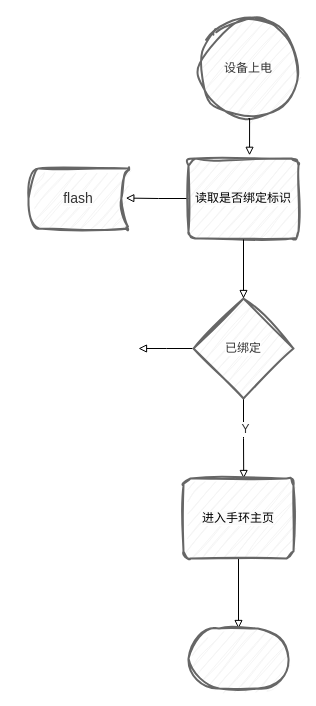
nayouzhenai/java_web keeps this draw.io diagram as 流程图-手环.drawio. Above is the earlier version. Source tidied: cells renumbered, new cells numbered last; positions are measured from the earlier drawing's top-left corner, leaving out a move shared by most shapes. Both pictures are drawn from the tidied source at 100%, with x=0, y=0 at pixel (28, 18).
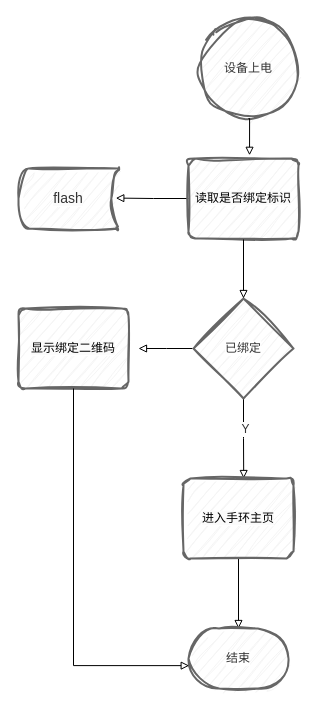
Above is the later version.

Commit message (it also covers changes not shown here):
更新流程图-手环.drawio

The edit, as a diff of the source:
```diff
@@
 <mxGraphModel>
   <root>
     <mxCell id="0" />
     <mxCell id="1" parent="0" />
     <mxCell id="2" value="设备上电" style="strokeWidth=2;html=1;shape=mxgraph.flowchart.start_2;whiteSpace=wrap;rounded=1;shadow=0;glass=0;sketch=1;jiggle=2;curveFitting=1;strokeColor=#666666;align=center;verticalAlign=middle;fontFamily=Helvetica;fontSize=12;fontColor=#333333;fillColor=#f5f5f5;" parent="1" vertex="1">
       <mxGeometry x="170" width="100" height="100" as="geometry" />
     </mxCell>
     <mxCell id="3" style="edgeStyle=orthogonalEdgeStyle;rounded=0;jettySize=auto;html=1;exitX=0.5;exitY=1;exitDx=0;exitDy=0;exitPerimeter=0;entryX=0.555;entryY=-0.04;entryDx=0;entryDy=0;entryPerimeter=0;fontFamily=Helvetica;fontSize=12;fontColor=#333333;targetPerimeterSpacing=1;sourcePerimeterSpacing=1;endArrow=block;endFill=0;" parent="1" edge="1" source="2" target="6">
       <mxGeometry relative="1" as="geometry" />
     </mxCell>
     <mxCell id="4" style="edgeStyle=orthogonalEdgeStyle;rounded=0;jettySize=auto;html=1;entryX=0.973;entryY=0.493;entryDx=0;entryDy=0;entryPerimeter=0;fontFamily=Helvetica;fontSize=12;fontColor=#333333;exitX=0;exitY=0.5;exitDx=0;exitDy=0;endArrow=block;endFill=0;" parent="1" edge="1" source="6" target="5">
       <mxGeometry relative="1" as="geometry" />
     </mxCell>
     <mxCell id="5" value="&lt;span style=&quot;font-family: Calibri; font-size: 14px; background-color: rgb(251, 251, 251);&quot;&gt;flash&lt;/span&gt;" style="strokeWidth=2;html=1;shape=mxgraph.flowchart.stored_data;whiteSpace=wrap;rounded=1;shadow=0;glass=0;sketch=1;jiggle=2;curveFitting=1;strokeColor=#666666;align=center;verticalAlign=middle;fontFamily=Helvetica;fontSize=12;fontColor=#333333;labelBackgroundColor=default;fillColor=#f5f5f5;" parent="1" vertex="1">
-      <mxGeometry y="150" width="100" height="60" as="geometry" />
+      <mxGeometry x="-10" y="150" width="100" height="60" as="geometry" />
     </mxCell>
     <mxCell id="6" value="&lt;span style=&quot;color: rgb(0, 0, 0); background-color: rgb(251, 251, 251);&quot;&gt;读取是否绑定标识&lt;/span&gt;" style="rounded=1;whiteSpace=wrap;html=1;absoluteArcSize=1;arcSize=14;strokeWidth=2;shadow=0;glass=0;sketch=1;jiggle=2;curveFitting=1;strokeColor=#666666;align=center;verticalAlign=middle;fontFamily=Helvetica;fontSize=12;fontColor=#333333;labelBackgroundColor=default;fillColor=#f5f5f5;" parent="1" vertex="1">
       <mxGeometry x="160" y="140" width="110" height="80" as="geometry" />
     </mxCell>
     <mxCell id="7" style="edgeStyle=orthogonalEdgeStyle;rounded=0;jettySize=auto;html=1;exitX=0.5;exitY=1;exitDx=0;exitDy=0;exitPerimeter=0;strokeColor=default;align=center;verticalAlign=middle;fontFamily=Helvetica;fontSize=12;fontColor=#333333;labelBackgroundColor=default;endArrow=block;endFill=0;sourcePerimeterSpacing=1;targetPerimeterSpacing=1;" parent="1" edge="1" source="10">
       <mxGeometry relative="1" as="geometry">
         <mxPoint x="215.2" y="460" as="targetPoint" />
       </mxGeometry>
     </mxCell>
     <mxCell id="8" value="Y" style="edgeLabel;html=1;align=center;verticalAlign=middle;rounded=1;shadow=0;glass=0;sketch=1;jiggle=2;curveFitting=1;strokeColor=#666666;strokeWidth=2;fontFamily=Helvetica;fontSize=12;fontColor=#333333;labelBackgroundColor=default;fillColor=#f5f5f5;" parent="7" vertex="1">
       <mxGeometry x="-0.26" y="1" relative="1" as="geometry" />
     </mxCell>
-    <mxCell id="9" style="edgeStyle=orthogonalEdgeStyle;rounded=0;jettySize=auto;html=1;strokeColor=default;align=center;verticalAlign=middle;fontFamily=Helvetica;fontSize=12;fontColor=#333333;labelBackgroundColor=default;endArrow=block;endFill=0;sourcePerimeterSpacing=1;targetPerimeterSpacing=1;" parent="1" edge="1" source="10">
+    <mxCell id="9" style="edgeStyle=orthogonalEdgeStyle;rounded=0;jettySize=auto;html=1;strokeColor=default;align=center;verticalAlign=middle;fontFamily=Helvetica;fontSize=12;fontColor=#333333;labelBackgroundColor=default;endArrow=block;endFill=0;sourcePerimeterSpacing=1;targetPerimeterSpacing=1;entryX=1;entryY=0.5;entryDx=0;entryDy=0;" parent="1" edge="1" source="10">
       <mxGeometry relative="1" as="geometry">
         <mxPoint x="110" y="330" as="targetPoint" />
       </mxGeometry>
     </mxCell>
     <mxCell id="10" value="已绑定" style="strokeWidth=2;html=1;shape=mxgraph.flowchart.decision;whiteSpace=wrap;rounded=1;shadow=0;glass=0;sketch=1;jiggle=2;curveFitting=1;strokeColor=#666666;align=center;verticalAlign=middle;fontFamily=Helvetica;fontSize=12;fontColor=#333333;labelBackgroundColor=default;fillColor=#f5f5f5;" parent="1" vertex="1">
       <mxGeometry x="165" y="280" width="100" height="100" as="geometry" />
     </mxCell>
     <mxCell id="11" style="edgeStyle=orthogonalEdgeStyle;rounded=0;jettySize=auto;html=1;entryX=0.5;entryY=0;entryDx=0;entryDy=0;entryPerimeter=0;strokeColor=default;align=center;verticalAlign=middle;fontFamily=Helvetica;fontSize=12;fontColor=#333333;labelBackgroundColor=default;endArrow=block;endFill=0;sourcePerimeterSpacing=1;targetPerimeterSpacing=1;" parent="1" edge="1" source="6" target="10">
       <mxGeometry relative="1" as="geometry" />
     </mxCell>
     <mxCell id="12" style="edgeStyle=orthogonalEdgeStyle;rounded=0;jettySize=auto;html=1;exitX=0.5;exitY=1;exitDx=0;exitDy=0;strokeColor=default;align=center;verticalAlign=middle;fontFamily=Helvetica;fontSize=12;fontColor=#333333;labelBackgroundColor=default;endArrow=block;endFill=0;sourcePerimeterSpacing=1;targetPerimeterSpacing=1;entryX=0.5;entryY=0;entryDx=0;entryDy=0;entryPerimeter=0;" parent="1" edge="1" source="13" target="14">
       <mxGeometry relative="1" as="geometry" />
     </mxCell>
     <mxCell id="13" value="&lt;font color=&quot;#000000&quot;&gt;&lt;span style=&quot;background-color: rgb(251, 251, 251);&quot;&gt;进入手环主页&lt;/span&gt;&lt;/font&gt;" style="rounded=1;whiteSpace=wrap;html=1;absoluteArcSize=1;arcSize=14;strokeWidth=2;shadow=0;glass=0;sketch=1;jiggle=2;curveFitting=1;strokeColor=#666666;align=center;verticalAlign=middle;fontFamily=Helvetica;fontSize=12;fontColor=#333333;labelBackgroundColor=default;fillColor=#f5f5f5;" parent="1" vertex="1">
       <mxGeometry x="155" y="460" width="110" height="80" as="geometry" />
     </mxCell>
-    <mxCell id="14" style="strokeWidth=2;html=1;shape=mxgraph.flowchart.terminator;whiteSpace=wrap;rounded=1;shadow=0;glass=0;sketch=1;jiggle=2;curveFitting=1;strokeColor=#666666;align=center;verticalAlign=middle;fontFamily=Helvetica;fontSize=12;fontColor=#333333;labelBackgroundColor=default;fillColor=#f5f5f5;" parent="1" vertex="1">
+    <mxCell id="14" value="结束" style="strokeWidth=2;html=1;shape=mxgraph.flowchart.terminator;whiteSpace=wrap;rounded=1;shadow=0;glass=0;sketch=1;jiggle=2;curveFitting=1;strokeColor=#666666;align=center;verticalAlign=middle;fontFamily=Helvetica;fontSize=12;fontColor=#333333;labelBackgroundColor=default;fillColor=#f5f5f5;" parent="1" vertex="1">
       <mxGeometry x="160" y="610" width="100" height="60" as="geometry" />
     </mxCell>
+    <mxCell id="15" value="&lt;font color=&quot;#000000&quot;&gt;&lt;span style=&quot;background-color: rgb(251, 251, 251);&quot;&gt;显示绑定二维码&lt;/span&gt;&lt;/font&gt;" style="rounded=1;whiteSpace=wrap;html=1;absoluteArcSize=1;arcSize=14;strokeWidth=2;shadow=0;glass=0;sketch=1;jiggle=2;curveFitting=1;strokeColor=#666666;align=center;verticalAlign=middle;fontFamily=Helvetica;fontSize=12;fontColor=#333333;labelBackgroundColor=default;fillColor=#f5f5f5;" parent="1" vertex="1">
+      <mxGeometry x="-10" y="290" width="110" height="80" as="geometry" />
+    </mxCell>
+    <mxCell id="16" style="edgeStyle=orthogonalEdgeStyle;rounded=0;jettySize=auto;html=1;exitX=0.5;exitY=1;exitDx=0;exitDy=0;entryX=0.007;entryY=0.619;entryDx=0;entryDy=0;entryPerimeter=0;strokeColor=default;align=center;verticalAlign=middle;fontFamily=Helvetica;fontSize=12;fontColor=#333333;labelBackgroundColor=default;endArrow=block;endFill=0;sourcePerimeterSpacing=1;targetPerimeterSpacing=1;" parent="1" edge="1" source="15" target="14">
+      <mxGeometry relative="1" as="geometry" />
+    </mxCell>
   </root>
 </mxGraphModel>
```
